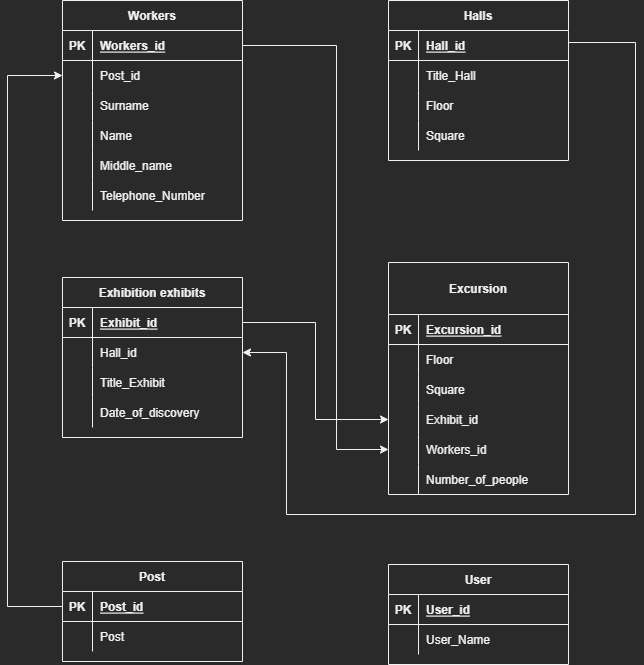
The draw.io diagram Проект базы данных.drawio.png in shtorm901/Museum-Data_Base, before a commit. Source tidied: cells renumbered, new cells last; positions are measured from the earlier drawing's top-left corner, leaving out a move shared by most shapes.
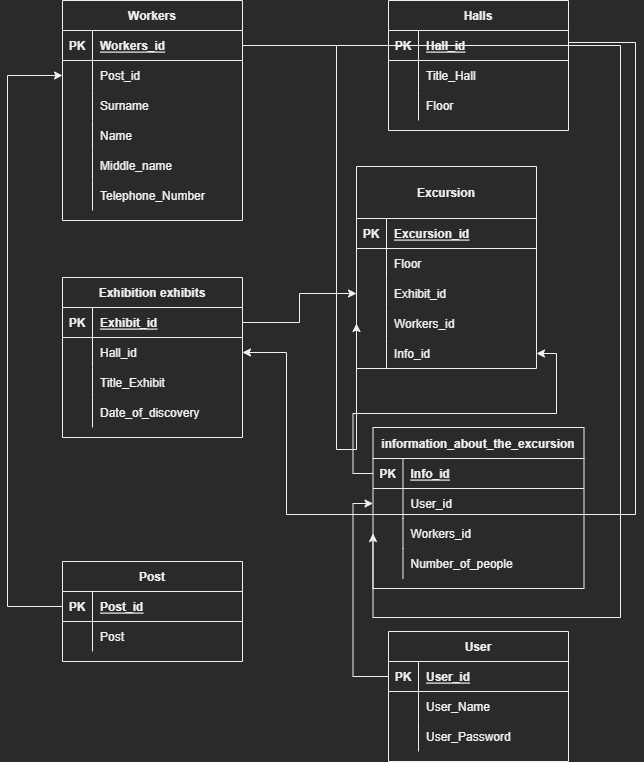
Above is the later version.

The edit, as a diff of the source:
```diff
@@ -60,7 +60,7 @@
       <mxGeometry x="30" width="150" height="30" as="geometry" />
     </mxCell>
     <mxCell id="21" value="Halls" style="shape=table;startSize=30;rowLines=0;fontStyle=1;align=center;" parent="1" vertex="1">
-      <mxGeometry x="381" width="180" height="160" as="geometry" />
+      <mxGeometry x="381" width="180" height="130" as="geometry" />
     </mxCell>
     <mxCell id="22" style="shape=tableRow;horizontal=0;startSize=0;swimlaneHead=0;swimlaneBody=0;fillColor=none;points=[[0,0.5],[1,0.5]];portConstraint=eastwest;top=0;left=0;right=0;bottom=1;" parent="21" vertex="1">
       <mxGeometry y="30" width="180" height="30" as="geometry" />
@@ -89,17 +89,8 @@
     <mxCell id="30" value="Floor" style="shape=partialRectangle;fillColor=none;top=0;left=0;bottom=0;right=0;align=left;spacingLeft=6;overflow=hidden;" parent="28" vertex="1">
       <mxGeometry x="30" width="150" height="30" as="geometry" />
     </mxCell>
-    <mxCell id="31" style="shape=tableRow;horizontal=0;startSize=0;swimlaneHead=0;swimlaneBody=0;fillColor=none;top=0;left=0;right=0;bottom=0;" parent="21" vertex="1">
-      <mxGeometry y="120" width="180" height="30" as="geometry" />
-    </mxCell>
-    <mxCell id="32" style="shape=partialRectangle;fillColor=none;top=0;left=0;bottom=0;right=0;overflow=hidden;" parent="31" vertex="1">
-      <mxGeometry width="30" height="30" as="geometry" />
-    </mxCell>
-    <mxCell id="33" value="Square" style="shape=partialRectangle;fillColor=none;top=0;left=0;bottom=0;right=0;align=left;spacingLeft=6;overflow=hidden;" parent="31" vertex="1">
-      <mxGeometry x="30" width="150" height="30" as="geometry" />
-    </mxCell>
     <mxCell id="34" value="Excursion" style="shape=table;startSize=52;rowLines=0;fontStyle=1;align=center;" parent="1" vertex="1">
-      <mxGeometry x="381" y="262" width="180" height="232" as="geometry" />
+      <mxGeometry x="349" y="166" width="180" height="202" as="geometry" />
     </mxCell>
     <mxCell id="35" style="shape=tableRow;horizontal=0;startSize=0;swimlaneHead=0;swimlaneBody=0;fillColor=none;top=0;left=0;right=0;bottom=1;" parent="34" vertex="1">
       <mxGeometry y="52" width="180" height="30" as="geometry" />
@@ -119,17 +110,8 @@
     <mxCell id="40" value="Floor" style="shape=partialRectangle;fillColor=none;top=0;left=0;bottom=0;right=0;align=left;spacingLeft=6;overflow=hidden;" parent="38" vertex="1">
       <mxGeometry x="30" width="150" height="30" as="geometry" />
     </mxCell>
-    <mxCell id="41" style="shape=tableRow;horizontal=0;startSize=0;swimlaneHead=0;swimlaneBody=0;fillColor=none;top=0;left=0;right=0;bottom=0;" parent="34" vertex="1">
-      <mxGeometry y="112" width="180" height="30" as="geometry" />
-    </mxCell>
-    <mxCell id="42" style="shape=partialRectangle;fillColor=none;top=0;left=0;bottom=0;right=0;overflow=hidden;" parent="41" vertex="1">
-      <mxGeometry width="30" height="30" as="geometry" />
-    </mxCell>
-    <mxCell id="43" value="Square" style="shape=partialRectangle;fillColor=none;top=0;left=0;bottom=0;right=0;align=left;spacingLeft=6;overflow=hidden;" parent="41" vertex="1">
-      <mxGeometry x="30" width="150" height="30" as="geometry" />
-    </mxCell>
     <mxCell id="44" style="shape=tableRow;horizontal=0;startSize=0;swimlaneHead=0;swimlaneBody=0;fillColor=none;points=[[0,0.5],[1,0.5]];portConstraint=eastwest;top=0;left=0;right=0;bottom=0;" parent="34" vertex="1">
-      <mxGeometry y="142" width="180" height="30" as="geometry" />
+      <mxGeometry y="112" width="180" height="30" as="geometry" />
     </mxCell>
     <mxCell id="45" style="shape=partialRectangle;fillColor=none;top=0;left=0;bottom=0;right=0;overflow=hidden;" parent="44" vertex="1">
       <mxGeometry width="30" height="30" as="geometry" />
@@ -138,7 +120,7 @@
       <mxGeometry x="30" width="150" height="30" as="geometry" />
     </mxCell>
     <mxCell id="47" style="shape=tableRow;horizontal=0;startSize=0;swimlaneHead=0;swimlaneBody=0;fillColor=none;points=[[0,0.5],[1,0.5]];portConstraint=eastwest;top=0;left=0;right=0;bottom=0;" parent="34" vertex="1">
-      <mxGeometry y="172" width="180" height="30" as="geometry" />
+      <mxGeometry y="142" width="180" height="30" as="geometry" />
     </mxCell>
     <mxCell id="48" style="shape=partialRectangle;fillColor=none;top=0;left=0;bottom=0;right=0;overflow=hidden;" parent="47" vertex="1">
       <mxGeometry width="30" height="30" as="geometry" />
@@ -146,15 +128,15 @@
     <mxCell id="49" value="Workers_id" style="shape=partialRectangle;fillColor=none;top=0;left=0;bottom=0;right=0;align=left;spacingLeft=6;overflow=hidden;" parent="47" vertex="1">
       <mxGeometry x="30" width="150" height="30" as="geometry" />
     </mxCell>
-    <mxCell id="50" style="shape=tableRow;horizontal=0;startSize=0;swimlaneHead=0;swimlaneBody=0;fillColor=none;top=0;left=0;right=0;bottom=0;" parent="34" vertex="1">
-      <mxGeometry y="202" width="180" height="30" as="geometry" />
-    </mxCell>
-    <mxCell id="51" style="shape=partialRectangle;fillColor=none;top=0;left=0;bottom=0;right=0;overflow=hidden;" parent="50" vertex="1">
-      <mxGeometry width="30" height="30" as="geometry" />
-    </mxCell>
-    <mxCell id="52" value="Number_of_people" style="shape=partialRectangle;fillColor=none;top=0;left=0;bottom=0;right=0;align=left;spacingLeft=6;overflow=hidden;" parent="50" vertex="1">
-      <mxGeometry x="30" width="150" height="30" as="geometry" />
-    </mxCell>
+    <mxCell id="84" style="shape=tableRow;horizontal=0;startSize=0;swimlaneHead=0;swimlaneBody=0;fillColor=none;points=[[0,0.5],[1,0.5]];portConstraint=eastwest;top=0;left=0;right=0;bottom=0;" parent="34" vertex="1">
+      <mxGeometry y="172" width="180" height="30" as="geometry" />
+    </mxCell>
+    <mxCell id="85" style="shape=partialRectangle;fillColor=none;top=0;left=0;bottom=0;right=0;overflow=hidden;" parent="84" vertex="1">
+      <mxGeometry width="30" height="30" as="geometry" />
+    </mxCell>
+    <mxCell id="86" value="Info_id" style="shape=partialRectangle;fillColor=none;top=0;left=0;bottom=0;right=0;align=left;spacingLeft=6;overflow=hidden;" parent="84" vertex="1">
+      <mxGeometry x="30" width="150" height="30" as="geometry" />
+    </mxCell>
     <mxCell id="53" value="Exhibition exhibits" style="shape=table;startSize=30;rowLines=0;fontStyle=1;align=center;" parent="1" vertex="1">
       <mxGeometry x="55" y="277" width="180" height="160" as="geometry" />
     </mxCell>
@@ -216,7 +198,7 @@
       <mxGeometry x="30" width="150" height="30" as="geometry" />
     </mxCell>
     <mxCell id="73" value="User" style="shape=table;startSize=30;rowLines=0;fontStyle=1;align=center;" parent="1" vertex="1">
-      <mxGeometry x="381" y="564" width="180" height="100" as="geometry" />
+      <mxGeometry x="381" y="631" width="180" height="130" as="geometry" />
     </mxCell>
     <mxCell id="74" style="shape=tableRow;horizontal=0;startSize=0;swimlaneHead=0;swimlaneBody=0;fillColor=none;points=[[0,0.5],[1,0.5]];portConstraint=eastwest;top=0;left=0;right=0;bottom=1;" parent="73" vertex="1">
       <mxGeometry y="30" width="180" height="30" as="geometry" />
@@ -236,6 +218,15 @@
     <mxCell id="79" value="User_Name" style="shape=partialRectangle;fillColor=none;top=0;left=0;bottom=0;right=0;align=left;spacingLeft=6;overflow=hidden;" parent="77" vertex="1">
       <mxGeometry x="30" width="150" height="30" as="geometry" />
     </mxCell>
+    <mxCell id="87" style="shape=tableRow;horizontal=0;startSize=0;swimlaneHead=0;swimlaneBody=0;fillColor=none;top=0;left=0;right=0;bottom=0;" parent="73" vertex="1">
+      <mxGeometry y="90" width="180" height="30" as="geometry" />
+    </mxCell>
+    <mxCell id="88" style="shape=partialRectangle;fillColor=none;top=0;left=0;bottom=0;right=0;overflow=hidden;" parent="87" vertex="1">
+      <mxGeometry width="30" height="30" as="geometry" />
+    </mxCell>
+    <mxCell id="89" value="User_Password" style="shape=partialRectangle;fillColor=none;top=0;left=0;bottom=0;right=0;align=left;spacingLeft=6;overflow=hidden;" parent="87" vertex="1">
+      <mxGeometry x="30" width="150" height="30" as="geometry" />
+    </mxCell>
     <mxCell id="80" style="edgeStyle=orthogonalEdgeStyle;rounded=0;jettySize=auto;html=1;exitX=0;exitY=0.5;exitDx=0;exitDy=0;entryX=0;entryY=0.5;entryDx=0;entryDy=0;" parent="1" edge="1" source="67" target="6">
       <mxGeometry relative="1" as="geometry">
         <Array as="points">
@@ -266,5 +257,58 @@
         </Array>
       </mxGeometry>
     </mxCell>
+    <mxCell id="90" value="information_about_the_excursion" style="shape=table;startSize=31;rowLines=0;fontStyle=1;align=center;" parent="1" vertex="1">
+      <mxGeometry x="365.5" y="427" width="211" height="161" as="geometry" />
+    </mxCell>
+    <mxCell id="91" style="shape=tableRow;horizontal=0;startSize=0;swimlaneHead=0;swimlaneBody=0;fillColor=none;points=[[0,0.5],[1,0.5]];portConstraint=eastwest;top=0;left=0;right=0;bottom=1;" parent="90" vertex="1">
+      <mxGeometry y="31" width="211" height="30" as="geometry" />
+    </mxCell>
+    <mxCell id="92" value="PK" style="shape=partialRectangle;fillColor=none;top=0;left=0;bottom=0;right=0;fontStyle=1;overflow=hidden;" parent="91" vertex="1">
+      <mxGeometry width="30" height="30" as="geometry" />
+    </mxCell>
+    <mxCell id="93" value="Info_id" style="shape=partialRectangle;fillColor=none;top=0;left=0;bottom=0;right=0;align=left;spacingLeft=6;fontStyle=5;overflow=hidden;" parent="91" vertex="1">
+      <mxGeometry x="30" width="181" height="30" as="geometry" />
+    </mxCell>
+    <mxCell id="94" style="shape=tableRow;horizontal=0;startSize=0;swimlaneHead=0;swimlaneBody=0;fillColor=none;points=[[0,0.5],[1,0.5]];portConstraint=eastwest;top=0;left=0;right=0;bottom=0;" parent="90" vertex="1">
+      <mxGeometry y="61" width="211" height="30" as="geometry" />
+    </mxCell>
+    <mxCell id="95" style="shape=partialRectangle;fillColor=none;top=0;left=0;bottom=0;right=0;overflow=hidden;" parent="94" vertex="1">
+      <mxGeometry width="30" height="30" as="geometry" />
+    </mxCell>
+    <mxCell id="96" value="User_id" style="shape=partialRectangle;fillColor=none;top=0;left=0;bottom=0;right=0;align=left;spacingLeft=6;overflow=hidden;" parent="94" vertex="1">
+      <mxGeometry x="30" width="181" height="30" as="geometry" />
+    </mxCell>
+    <mxCell id="97" style="shape=tableRow;horizontal=0;startSize=0;swimlaneHead=0;swimlaneBody=0;fillColor=none;points=[[0,0.5],[1,0.5]];portConstraint=eastwest;top=0;left=0;right=0;bottom=0;" parent="90" vertex="1">
+      <mxGeometry y="91" width="211" height="30" as="geometry" />
+    </mxCell>
+    <mxCell id="98" style="shape=partialRectangle;fillColor=none;top=0;left=0;bottom=0;right=0;overflow=hidden;" parent="97" vertex="1">
+      <mxGeometry width="30" height="30" as="geometry" />
+    </mxCell>
+    <mxCell id="99" value="Workers_id" style="shape=partialRectangle;fillColor=none;top=0;left=0;bottom=0;right=0;align=left;spacingLeft=6;overflow=hidden;" parent="97" vertex="1">
+      <mxGeometry x="30" width="181" height="30" as="geometry" />
+    </mxCell>
+    <mxCell id="100" style="shape=tableRow;horizontal=0;startSize=0;swimlaneHead=0;swimlaneBody=0;fillColor=none;top=0;left=0;right=0;bottom=0;" parent="90" vertex="1">
+      <mxGeometry y="121" width="211" height="30" as="geometry" />
+    </mxCell>
+    <mxCell id="101" style="shape=partialRectangle;fillColor=none;top=0;left=0;bottom=0;right=0;overflow=hidden;" parent="100" vertex="1">
+      <mxGeometry width="30" height="30" as="geometry" />
+    </mxCell>
+    <mxCell id="52" value="Number_of_people" style="shape=partialRectangle;fillColor=none;top=0;left=0;bottom=0;right=0;align=left;spacingLeft=6;overflow=hidden;" parent="100" vertex="1">
+      <mxGeometry x="30" width="181" height="30" as="geometry" />
+    </mxCell>
+    <mxCell id="102" style="edgeStyle=orthogonalEdgeStyle;rounded=0;jettySize=auto;html=1;entryX=0;entryY=0.5;entryDx=0;entryDy=0;" parent="1" edge="1" source="74" target="94">
+      <mxGeometry relative="1" as="geometry" />
+    </mxCell>
+    <mxCell id="103" style="edgeStyle=orthogonalEdgeStyle;rounded=0;jettySize=auto;html=1;entryX=1;entryY=0.5;entryDx=0;entryDy=0;" parent="1" edge="1" source="91" target="84">
+      <mxGeometry relative="1" as="geometry" />
+    </mxCell>
+    <mxCell id="104" style="edgeStyle=orthogonalEdgeStyle;rounded=0;jettySize=auto;html=1;entryX=0;entryY=0.5;entryDx=0;entryDy=0;" parent="1" edge="1" source="3" target="97">
+      <mxGeometry relative="1" as="geometry">
+        <Array as="points">
+          <mxPoint x="613" y="45" />
+          <mxPoint x="613" y="617" />
+        </Array>
+      </mxGeometry>
+    </mxCell>
   </root>
 </mxGraphModel>
```
